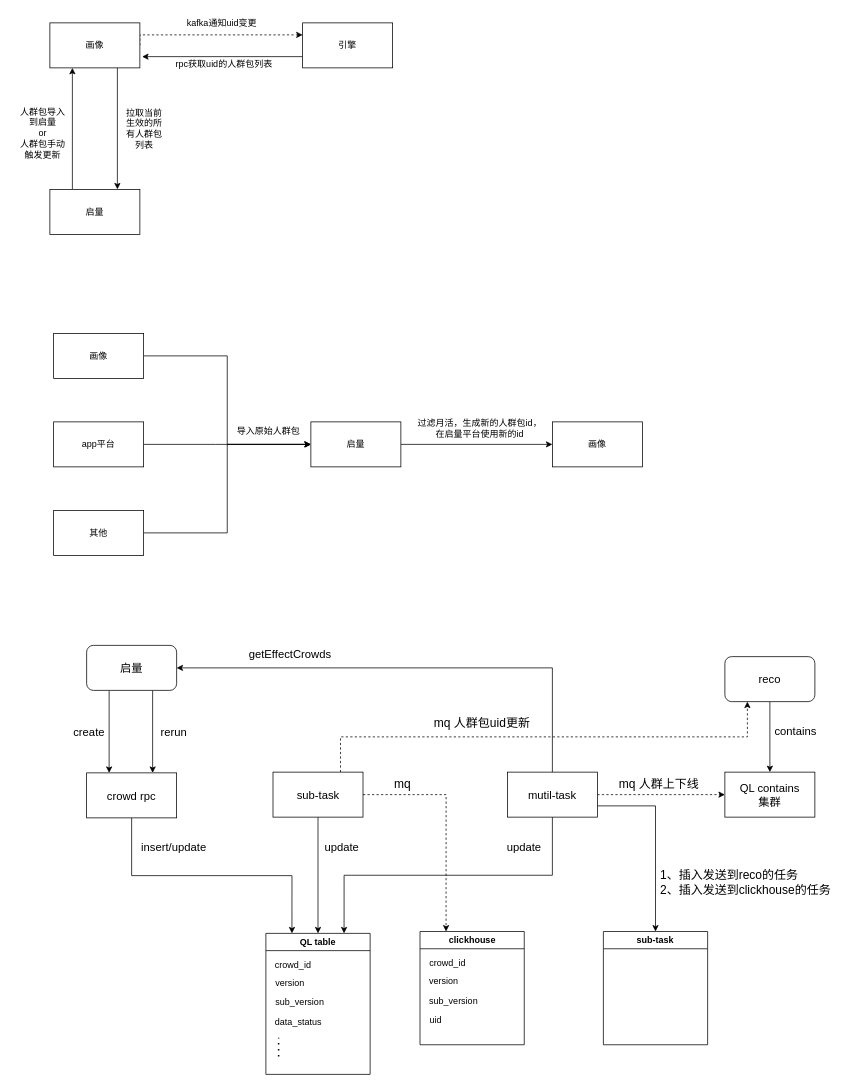
Before: 启量.drawio in AngLI1992/draw.io, a draw.io diagram. Source tidied: cells renumbered, new cells numbered last; positions are measured from the earlier drawing's top-left corner, leaving out a move shared by most shapes. Both pictures are drawn from the tidied source at 75%, with x=0, y=0 at pixel (13, 13).
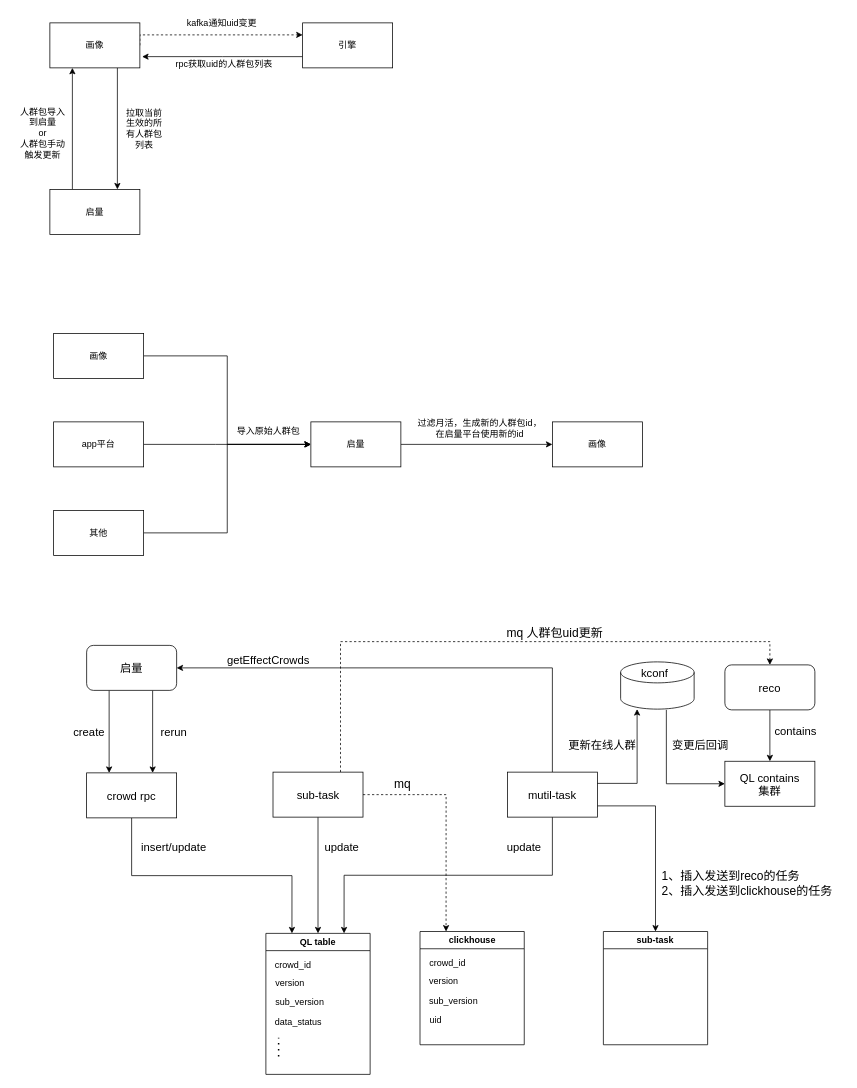
After the change.

The change refers to these unchanged cells:
```xml
<mxCell id="40" value="sub-task" style="rounded=0;whiteSpace=wrap;html=1;fontSize=15;" parent="1" vertex="1">
  <mxGeometry x="346.5" y="1012" width="120" height="60" as="geometry" />
</mxCell>
<mxCell id="47" value="mutil-task" style="rounded=0;whiteSpace=wrap;html=1;fontSize=15;" parent="1" vertex="1">
  <mxGeometry x="659" y="1012" width="120" height="60" as="geometry" />
</mxCell>
```

The edit, as a diff of the source:
```diff
@@
-    <mxCell id="39" style="edgeStyle=orthogonalEdgeStyle;rounded=0;jettySize=auto;html=1;exitX=0.75;exitY=0;exitDx=0;exitDy=0;entryX=0.25;entryY=1;entryDx=0;entryDy=0;dashed=1;" parent="1" edge="1" source="40" target="56">
-      <mxGeometry relative="1" as="geometry" />
+    <mxCell id="39" style="edgeStyle=orthogonalEdgeStyle;rounded=0;jettySize=auto;html=1;exitX=0.75;exitY=0;exitDx=0;exitDy=0;dashed=1;entryX=0.5;entryY=0;entryDx=0;entryDy=0;" parent="1" edge="1" source="40" target="56">
+      <mxGeometry relative="1" as="geometry">
+        <Array as="points">
+          <mxPoint x="437" y="838" />
+          <mxPoint x="1009" y="838" />
+        </Array>
+      </mxGeometry>
     </mxCell>
@@
-    <mxCell id="45" style="edgeStyle=orthogonalEdgeStyle;rounded=0;jettySize=auto;html=1;exitX=1;exitY=0.5;exitDx=0;exitDy=0;entryX=0;entryY=0.5;entryDx=0;entryDy=0;dashed=1;" parent="1" edge="1" source="47" target="54">
-      <mxGeometry relative="1" as="geometry" />
-    </mxCell>
@@
     <mxCell id="48" value="getEffectCrowds" style="text;html=1;align=center;verticalAlign=middle;strokeColor=none;fillColor=none;fontSize=15;" parent="1" vertex="1">
-      <mxGeometry x="305" y="839" width="128" height="30" as="geometry" />
+      <mxGeometry x="276" y="847" width="128" height="30" as="geometry" />
     </mxCell>
@@
     <mxCell id="54" value="QL contains&lt;br&gt;集群" style="rounded=0;whiteSpace=wrap;html=1;fontSize=15;" parent="1" vertex="1">
-      <mxGeometry x="949" y="1012" width="120" height="60" as="geometry" />
+      <mxGeometry x="949" y="997.5" width="120" height="60" as="geometry" />
     </mxCell>
@@
     <mxCell id="56" value="reco" style="rounded=1;whiteSpace=wrap;html=1;fontSize=15;" parent="1" vertex="1">
-      <mxGeometry x="949" y="858" width="120" height="60" as="geometry" />
+      <mxGeometry x="949" y="869" width="120" height="60" as="geometry" />
     </mxCell>
@@
-    <mxCell id="59" value="mq 人群上下线" style="text;html=1;align=center;verticalAlign=middle;strokeColor=none;fillColor=none;fontSize=16;" parent="1" vertex="1">
-      <mxGeometry x="798" y="1012" width="125" height="31" as="geometry" />
-    </mxCell>
@@
     <mxCell id="61" value="mq 人群包uid更新" style="text;html=1;align=center;verticalAlign=middle;strokeColor=none;fillColor=none;fontSize=16;" parent="1" vertex="1">
-      <mxGeometry x="552" y="930" width="146" height="31" as="geometry" />
+      <mxGeometry x="649" y="810" width="146" height="31" as="geometry" />
     </mxCell>
@@
     <mxCell id="63" value="1、插入发送到reco的任务&lt;br&gt;2、插入发送到clickhouse的任务" style="text;html=1;align=left;verticalAlign=middle;strokeColor=none;fillColor=none;fontSize=16;" parent="1" vertex="1">
-      <mxGeometry x="861" y="1134" width="246" height="50" as="geometry" />
+      <mxGeometry x="863" y="1135" width="246" height="50" as="geometry" />
     </mxCell>
+    <mxCell id="64" style="edgeStyle=orthogonalEdgeStyle;rounded=0;jettySize=auto;html=1;exitX=0.622;exitY=1.016;exitDx=0;exitDy=0;exitPerimeter=0;entryX=0;entryY=0.5;entryDx=0;entryDy=0;" parent="1" edge="1" source="65" target="54">
+      <mxGeometry relative="1" as="geometry" />
+    </mxCell>
+    <mxCell id="65" style="shape=cylinder3;whiteSpace=wrap;html=1;boundedLbl=1;backgroundOutline=1;size=14;" parent="1" vertex="1">
+      <mxGeometry x="810" y="865" width="98" height="63" as="geometry" />
+    </mxCell>
+    <mxCell id="66" value="kconf" style="text;html=1;align=center;verticalAlign=middle;strokeColor=none;fillColor=none;fontSize=15;" parent="1" vertex="1">
+      <mxGeometry x="828" y="865" width="54" height="30" as="geometry" />
+    </mxCell>
+    <mxCell id="67" style="edgeStyle=orthogonalEdgeStyle;rounded=0;jettySize=auto;html=1;exitX=1;exitY=0.25;exitDx=0;exitDy=0;entryX=0.224;entryY=1;entryDx=0;entryDy=0;entryPerimeter=0;" parent="1" edge="1" source="47" target="65">
+      <mxGeometry relative="1" as="geometry" />
+    </mxCell>
+    <mxCell id="68" value="更新在线人群" style="text;html=1;align=center;verticalAlign=middle;strokeColor=none;fillColor=none;fontSize=15;" parent="1" vertex="1">
+      <mxGeometry x="731" y="960" width="108" height="30" as="geometry" />
+    </mxCell>
+    <mxCell id="69" value="变更后回调" style="text;html=1;align=center;verticalAlign=middle;strokeColor=none;fillColor=none;fontSize=15;" parent="1" vertex="1">
+      <mxGeometry x="869" y="960" width="93" height="30" as="geometry" />
+    </mxCell>
```
